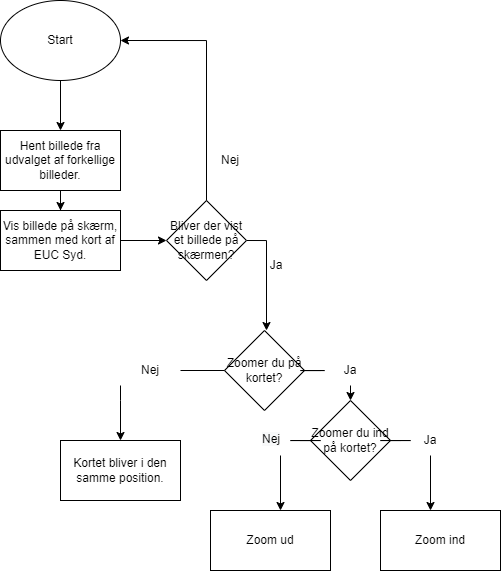
Above: Dokumenter/Rutediagram program.drawio.png in EUCSydGuessr/SDB-EUC-Syd-Guessr (draw.io), before the change. Source tidied: cells renumbered, new cells last; positions are measured from the earlier drawing's top-left corner, leaving out a move shared by most shapes.
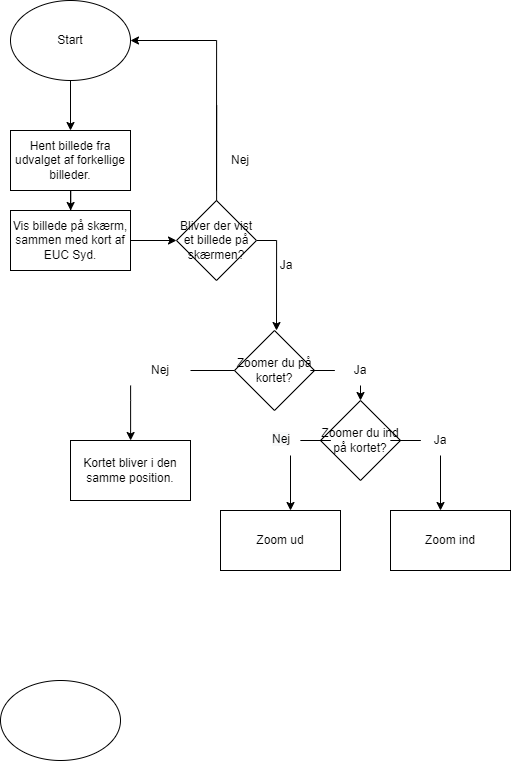
The same diagram one commit later.

What changed in the source:
```diff
@@ -121,5 +121,8 @@
     <mxCell id="30" value="Nej" style="text;html=1;strokeColor=none;fillColor=none;align=center;verticalAlign=middle;whiteSpace=wrap;rounded=0;" parent="1" vertex="1">
       <mxGeometry x="200" y="145" width="60" height="30" as="geometry" />
     </mxCell>
+    <mxCell id="31" style="ellipse;whiteSpace=wrap;html=1;" parent="1" vertex="1">
+      <mxGeometry x="-10" y="680" width="120" height="80" as="geometry" />
+    </mxCell>
   </root>
 </mxGraphModel>
```
